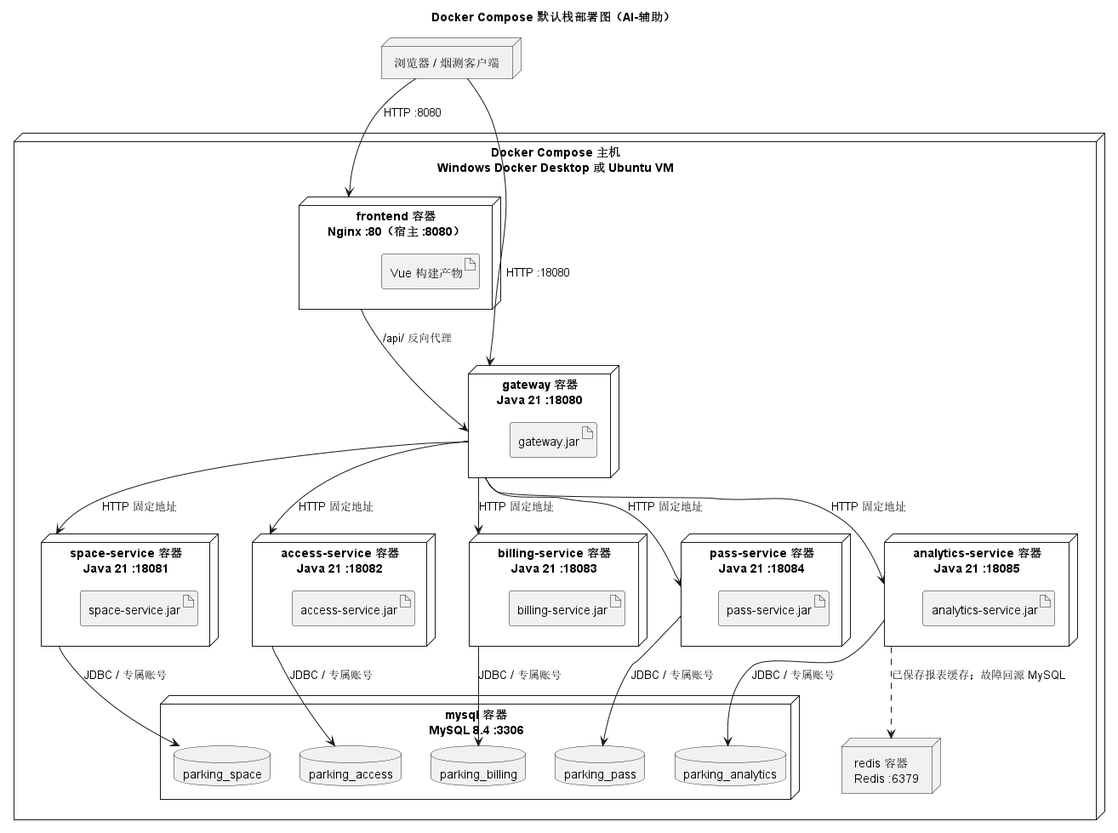
Above: models/rendered/13-deployment.png in Gindama713/UMLWORK (PlantUML), before the change.
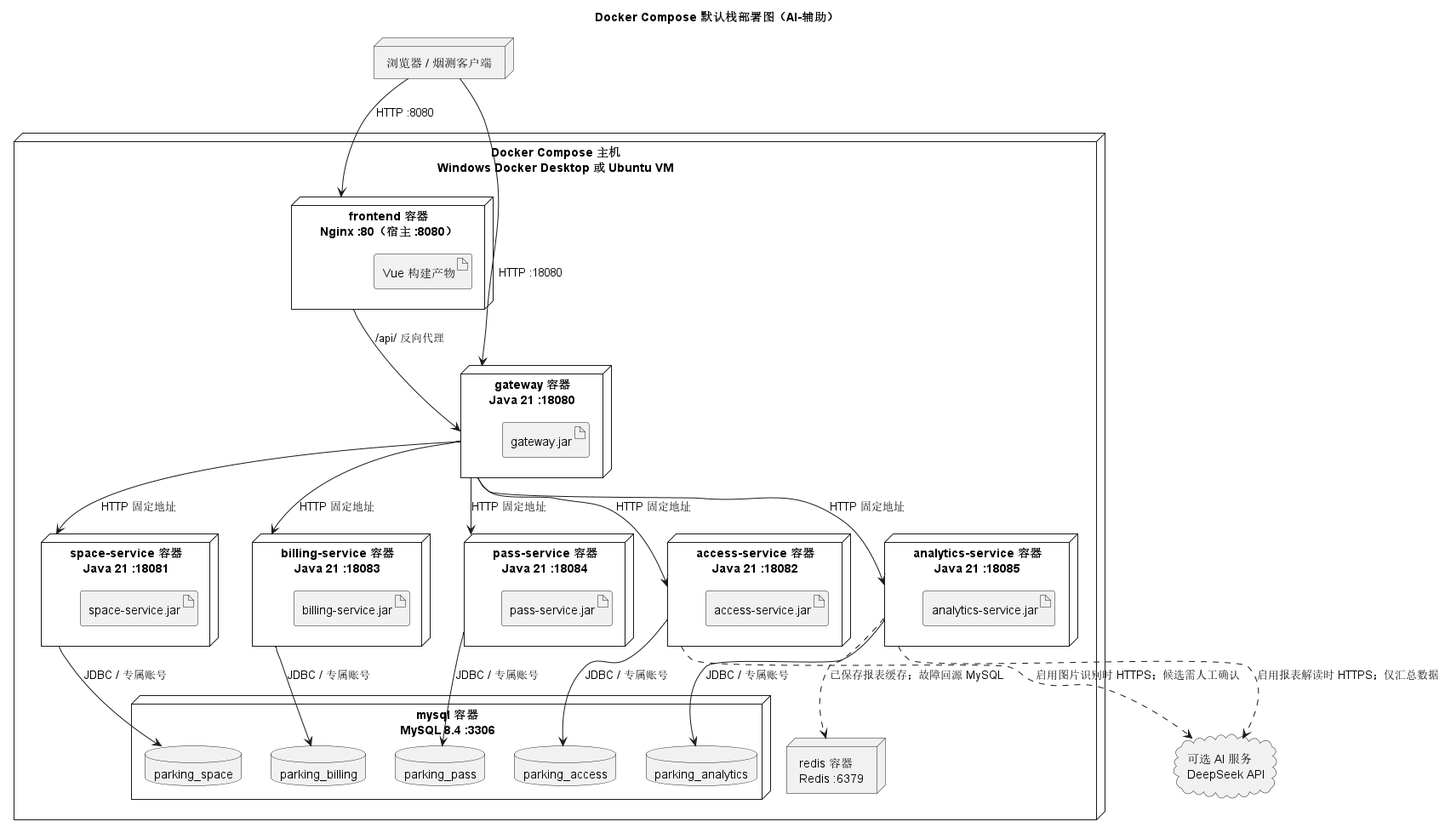
Later version of the same file.

The edit, as a diff of the source:
```diff
@@ -2,6 +2,7 @@
 title Docker Compose 默认栈部署图（AI-辅助）
 top to bottom direction
 node "浏览器 / 烟测客户端" as client
+cloud "可选 AI 服务\nDeepSeek API" as vision
 node "Docker Compose 主机\nWindows Docker Desktop 或 Ubuntu VM" as host {
   node "frontend 容器\nNginx :80（宿主 :8080）" as frontend {
     artifact "Vue 构建产物" as dist
@@ -47,4 +48,6 @@
 pass --> dbPass : JDBC / 专属账号
 analytics --> dbAnalytics : JDBC / 专属账号
 analytics ..> redis : 已保存报表缓存；故障回源 MySQL
+access ..> vision : 启用图片识别时 HTTPS；候选需人工确认
+analytics ..> vision : 启用报表解读时 HTTPS；仅汇总数据
 @enduml
```
